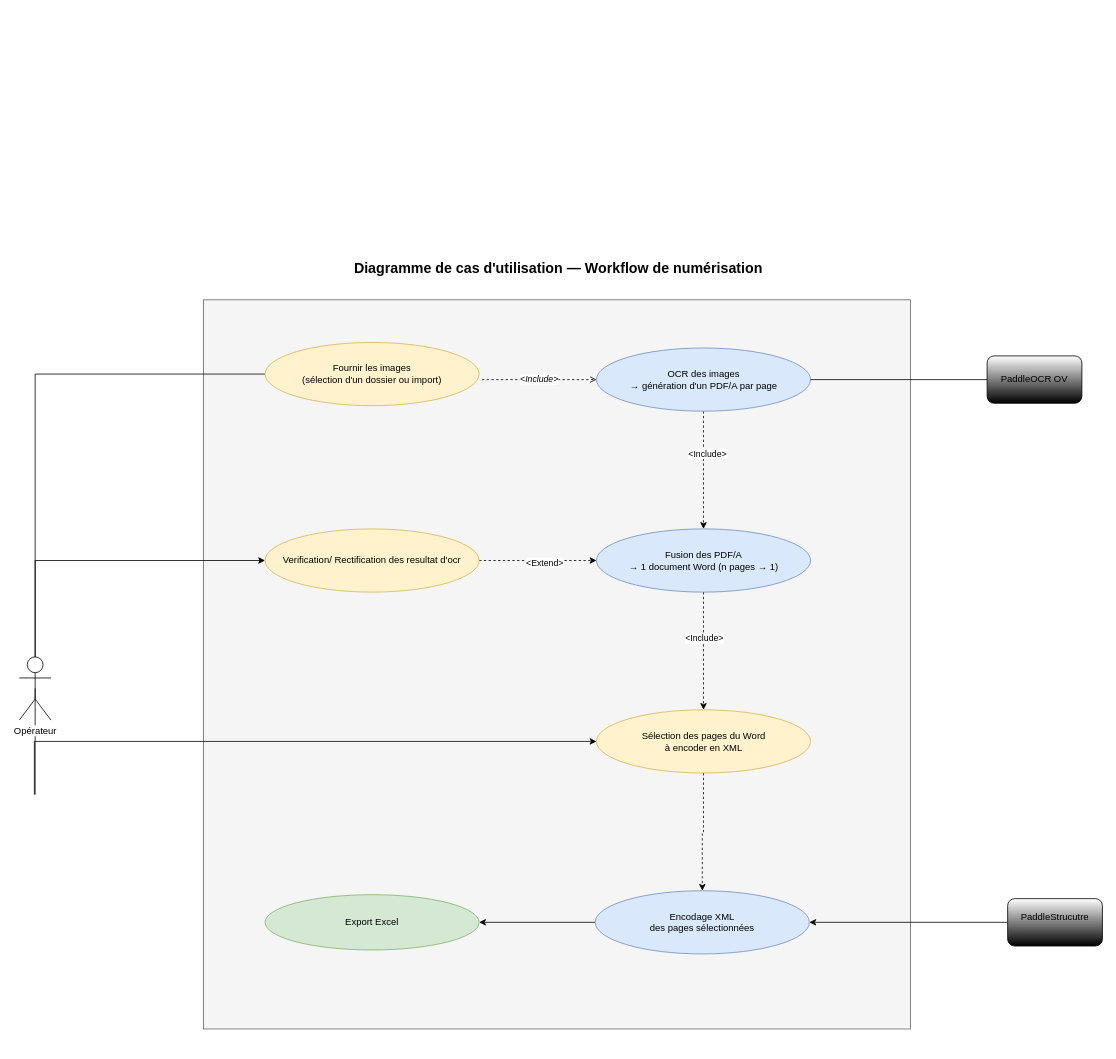
Before: StageV2.drawio in newplayer500p/tsisy-atao, a draw.io diagram. Source tidied: cells renumbered, new cells numbered last; positions are measured from the earlier drawing's top-left corner, leaving out a move shared by most shapes. Both pictures are drawn from the tidied source at 79%, with x=0, y=0 at pixel (19, 254).
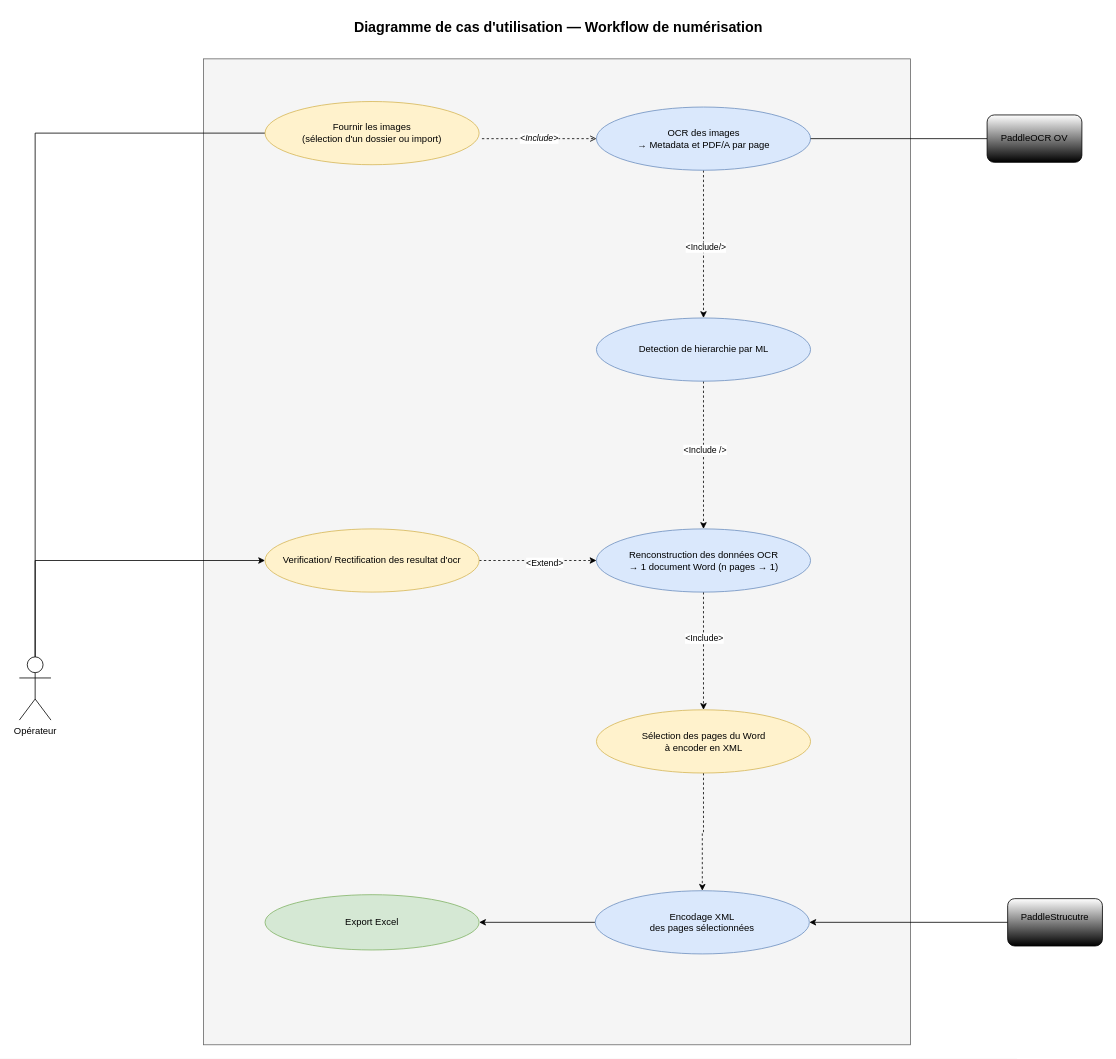
After the change.

Commit message:
Mettre à jour StageV2.drawio

The change refers to these unchanged cells:
```xml
<mxCell id="6" value="Opérateur" style="shape=umlActor;verticalLabelPosition=bottom;labelBackgroundColor=#ffffff;verticalAlign=top;html=1;outlineConnect=0;" parent="1" vertex="1">
  <mxGeometry y="509" width="40" height="80" as="geometry" />
</mxCell>
<mxCell id="23" value="Sélection des pages du Word&#10;à encoder en XML" style="ellipse;whiteSpace=wrap;html=1;fillColor=#fff2cc;strokeColor=#d6b656;" parent="1" vertex="1">
  <mxGeometry x="730.5" y="576" width="271" height="80" as="geometry" />
</mxCell>
```

The edit, as a diff of the source:
```diff
@@
     <mxCell id="2" value="Diagramme de cas d'utilisation — Workflow de numérisation" style="text;html=1;align=center;fontSize=18;fontStyle=1;" parent="1" vertex="1">
-      <mxGeometry x="361.5" width="640" height="30" as="geometry" />
+      <mxGeometry x="361.5" y="-305" width="640" height="30" as="geometry" />
     </mxCell>
     <mxCell id="3" value="&lt;span style=&quot;color: rgba(0, 0, 0, 0); font-family: monospace; font-size: 1px; font-weight: 400; text-align: start; white-space: nowrap;&quot;&gt;%3CmxGraphModel%3E%3Croot%3E%3CmxCell%20id%3D%220%22%2F%3E%3CmxCell%20id%3D%221%22%20parent%3D%220%22%2F%3E%3CmxCell%20id%3D%222%22%20edge%3D%221%22%20parent%3D%221%22%20style%3D%22html%3D1%3Bdashed%3D1%3BendArrow%3Dopen%3BfontStyle%3D2%3BexitX%3D0.5%3BexitY%3D1%3BentryX%3D0.5%3BentryY%3D0%3BedgeStyle%3DorthogonalEdgeStyle%3Brounded%3D0%3BlibavoidRouting%3D1%3BorthogonalLoop%3D1%3BjettySize%3Dauto%3B%22%20value%3D%22%26lt%3B%26lt%3Binclude%26gt%3B%26gt%3B%22%3E%3CmxGeometry%20relative%3D%221%22%20as%3D%22geometry%22%3E%3CArray%20as%3D%22points%22%2F%3E%3CmxPoint%20x%3D%22520%22%20y%3D%22310%22%20as%3D%22sourcePoint%22%2F%3E%3CmxPoint%20x%3D%22520%22%20y%3D%22380%22%20as%3D%22targetPoint%22%2F%3E%3C%2FmxGeometry%3E%3C%2FmxCell%3E%3C%2Froot%3E%3C%2FmxGraphModel%3E&lt;/span&gt;&lt;span style=&quot;color: rgba(0, 0, 0, 0); font-family: monospace; font-size: 1px; font-weight: 400; text-align: start; white-space: nowrap;&quot;&gt;%3CmxGraphModel%3E%3Croot%3E%3CmxCell%20id%3D%220%22%2F%3E%3CmxCell%20id%3D%221%22%20parent%3D%220%22%2F%3E%3CmxCell%20id%3D%222%22%20edge%3D%221%22%20parent%3D%221%22%20style%3D%22html%3D1%3Bdashed%3D1%3BendArrow%3Dopen%3BfontStyle%3D2%3BexitX%3D0.5%3BexitY%3D1%3BentryX%3D0.5%3BentryY%3D0%3BedgeStyle%3DorthogonalEdgeStyle%3Brounded%3D0%3BlibavoidRouting%3D1%3BorthogonalLoop%3D1%3BjettySize%3Dauto%3B%22%20value%3D%22%26lt%3B%26lt%3Binclude%26gt%3B%26gt%3B%22%3E%3CmxGeometry%20relative%3D%221%22%20as%3D%22geometry%22%3E%3CArray%20as%3D%22points%22%2F%3E%3CmxPoint%20x%3D%22520%22%20y%3D%22310%22%20as%3D%22sourcePoint%22%2F%3E%3CmxPoint%20x%3D%22520%22%20y%3D%22380%22%20as%3D%22targetPoint%22%2F%3E%3C%2FmxGeometry%3E%3C%2FmxCell%3E%3C%2Froot%3E%3C%2FmxGraphModel%3E&lt;/span&gt;" style="rounded=0;whiteSpace=wrap;html=1;verticalAlign=top;align=center;fontStyle=1;fillColor=#f5f5f5;strokeColor=#666666;fontSize=14;" parent="1" vertex="1">
-      <mxGeometry x="233" y="57" width="895" height="923" as="geometry" />
+      <mxGeometry x="233" y="-248" width="895" height="1248" as="geometry" />
     </mxCell>
-    <mxCell id="4" style="edgeStyle=orthogonalEdgeStyle;rounded=0;jettySize=auto;html=1;exitX=0.5;exitY=0.5;exitDx=0;exitDy=0;exitPerimeter=0;entryX=0;entryY=0.5;entryDx=0;entryDy=0;" parent="1" edge="1" source="6" target="23">
-      <mxGeometry relative="1" as="geometry">
-        <Array as="points">
-          <mxPoint x="19" y="683" />
-        </Array>
-      </mxGeometry>
-    </mxCell>
@@
-    <mxCell id="7" style="edgeStyle=orthogonalEdgeStyle;rounded=0;jettySize=auto;html=1;exitX=0.5;exitY=1;exitDx=0;exitDy=0;entryX=0.5;entryY=0;entryDx=0;entryDy=0;dashed=1;" parent="1" edge="1" source="9" target="12">
-      <mxGeometry relative="1" as="geometry" />
-    </mxCell>
-    <mxCell id="8" value="&amp;lt;Include&amp;gt;" style="edgeLabel;html=1;align=center;verticalAlign=middle;" parent="7" vertex="1">
-      <mxGeometry x="-0.29" y="4" relative="1" as="geometry" />
-    </mxCell>
+    <mxCell id="28" style="edgeStyle=orthogonalEdgeStyle;rounded=0;jettySize=auto;html=1;exitX=0.5;exitY=1;exitDx=0;exitDy=0;entryX=0.5;entryY=0;entryDx=0;entryDy=0;dashed=1;" parent="1" edge="1" source="9" target="32">
+      <mxGeometry relative="1" as="geometry" />
+    </mxCell>
+    <mxCell id="29" value="&amp;lt;Include/&amp;gt;" style="edgeLabel;html=1;align=center;verticalAlign=middle;" parent="28" vertex="1">
+      <mxGeometry x="0.05" y="2" relative="1" as="geometry">
+        <mxPoint y="-1" as="offset" />
+      </mxGeometry>
+    </mxCell>
-    <mxCell id="9" value="OCR des images&#10;→ génération d'un PDF/A par page" style="ellipse;whiteSpace=wrap;html=1;fillColor=#dae8fc;strokeColor=#6c8ebf;" parent="1" vertex="1">
-      <mxGeometry x="730.5" y="118" width="271" height="80" as="geometry" />
+    <mxCell id="9" value="OCR des images&lt;br&gt;→ Metadata et PDF/A par page" style="ellipse;whiteSpace=wrap;html=1;fillColor=#dae8fc;strokeColor=#6c8ebf;" parent="1" vertex="1">
+      <mxGeometry x="730.5" y="-187" width="271" height="80" as="geometry" />
     </mxCell>
@@
-    <mxCell id="12" value="Fusion des PDF/A&#10;→ 1 document Word (n pages → 1)" style="ellipse;whiteSpace=wrap;html=1;fillColor=#dae8fc;strokeColor=#6c8ebf;" parent="1" vertex="1">
+    <mxCell id="12" value="Renconstruction des données OCR&lt;div&gt;→ 1 document Word (n pages → 1)&lt;/div&gt;" style="ellipse;whiteSpace=wrap;html=1;fillColor=#dae8fc;strokeColor=#6c8ebf;" parent="1" vertex="1">
       <mxGeometry x="730.5" y="347" width="271" height="80" as="geometry" />
     </mxCell>
@@
     <mxCell id="19" style="html=1;endArrow=none;edgeStyle=orthogonalEdgeStyle;rounded=0;libavoidRouting=1;jettySize=auto;entryX=0;entryY=0.5;entryDx=0;entryDy=0;" parent="1" edge="1" source="6" target="20">
       <mxGeometry relative="1" as="geometry">
         <Array as="points">
-          <mxPoint x="20" y="151" />
+          <mxPoint x="20" y="-154" />
         </Array>
       </mxGeometry>
     </mxCell>
     <mxCell id="20" value="Fournir les images&lt;br&gt;(sélection d'un dossier ou import)" style="ellipse;whiteSpace=wrap;html=1;fillColor=#fff2cc;strokeColor=#d6b656;" parent="1" vertex="1">
-      <mxGeometry x="311" y="111" width="271" height="80" as="geometry" />
+      <mxGeometry x="311" y="-194" width="271" height="80" as="geometry" />
     </mxCell>
     <mxCell id="21" value="&amp;lt;Include&amp;gt;" style="html=1;dashed=1;endArrow=open;fontStyle=2;exitX=1.013;exitY=0.588;entryX=0;entryY=0.5;edgeStyle=orthogonalEdgeStyle;rounded=0;libavoidRouting=1;jettySize=auto;entryDx=0;entryDy=0;exitDx=0;exitDy=0;exitPerimeter=0;" parent="1" edge="1" source="20" target="9">
       <mxGeometry relative="1" as="geometry">
         <Array as="points">
-          <mxPoint x="656" y="158" />
-          <mxPoint x="656" y="158" />
+          <mxPoint x="656" y="-147" />
+          <mxPoint x="656" y="-147" />
         </Array>
       </mxGeometry>
     </mxCell>
@@
     <mxCell id="25" value="PaddleOCR OV" style="rounded=1;whiteSpace=wrap;html=1;gradientColor=default;" parent="1" vertex="1">
-      <mxGeometry x="1225" y="128" width="120" height="60" as="geometry" />
+      <mxGeometry x="1225" y="-177" width="120" height="60" as="geometry" />
     </mxCell>
@@
+    <mxCell id="30" style="edgeStyle=orthogonalEdgeStyle;rounded=0;jettySize=auto;html=1;exitX=0.5;exitY=1;exitDx=0;exitDy=0;dashed=1;" parent="1" edge="1" source="32" target="12">
+      <mxGeometry relative="1" as="geometry" />
+    </mxCell>
+    <mxCell id="31" value="&amp;lt;Include /&amp;gt;" style="edgeLabel;html=1;align=center;verticalAlign=middle;" parent="30" vertex="1">
+      <mxGeometry x="-0.08" y="1" relative="1" as="geometry" />
+    </mxCell>
+    <mxCell id="32" value="Detection de hierarchie par ML" style="ellipse;whiteSpace=wrap;html=1;fillColor=#dae8fc;strokeColor=#6c8ebf;" parent="1" vertex="1">
+      <mxGeometry x="730.5" y="80" width="271" height="80" as="geometry" />
+    </mxCell>
```
